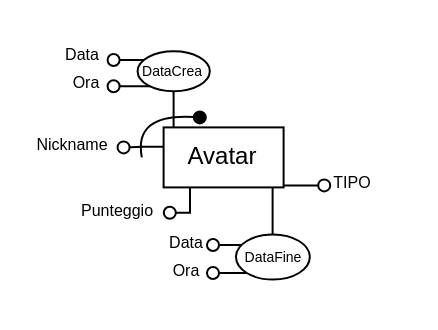
Above: WP2/Generalizzazioni/Avatar/post.drawio in pnocerino/BasiDiDati (draw.io), before the change. Source tidied: cells renumbered, new cells numbered last; positions are measured from the earlier drawing's top-left corner, leaving out a move shared by most shapes. Both pictures are drawn from the tidied source at 200%, with x=0, y=0 at pixel (32, 36).
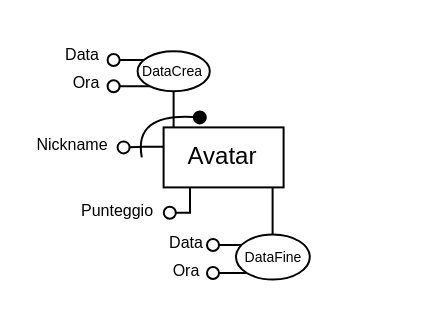
Above is the later version.

The edit, as a diff of the source:
```diff
@@
-    <mxCell id="20" style="edgeStyle=orthogonalEdgeStyle;rounded=0;orthogonalLoop=1;jettySize=auto;html=1;exitX=0;exitY=0.25;exitDx=0;exitDy=0;endArrow=oval;endFill=0;" parent="1" edge="1">
-      <mxGeometry relative="1" as="geometry">
-        <mxPoint x="125.3" y="74.2" as="sourcePoint" />
-        <mxPoint x="145.6" y="74.2" as="targetPoint" />
-        <Array as="points">
-          <mxPoint x="135.6" y="74.4" />
-        </Array>
-      </mxGeometry>
-    </mxCell>
-    <mxCell id="21" value="&lt;font style=&quot;font-size: 8px;&quot;&gt;TIPO&lt;/font&gt;" style="text;html=1;align=center;verticalAlign=middle;whiteSpace=wrap;rounded=1;strokeColor=none;glass=0;" parent="1" vertex="1">
-      <mxGeometry x="135" y="64.7" width="50" height="15" as="geometry" />
-    </mxCell>
```
